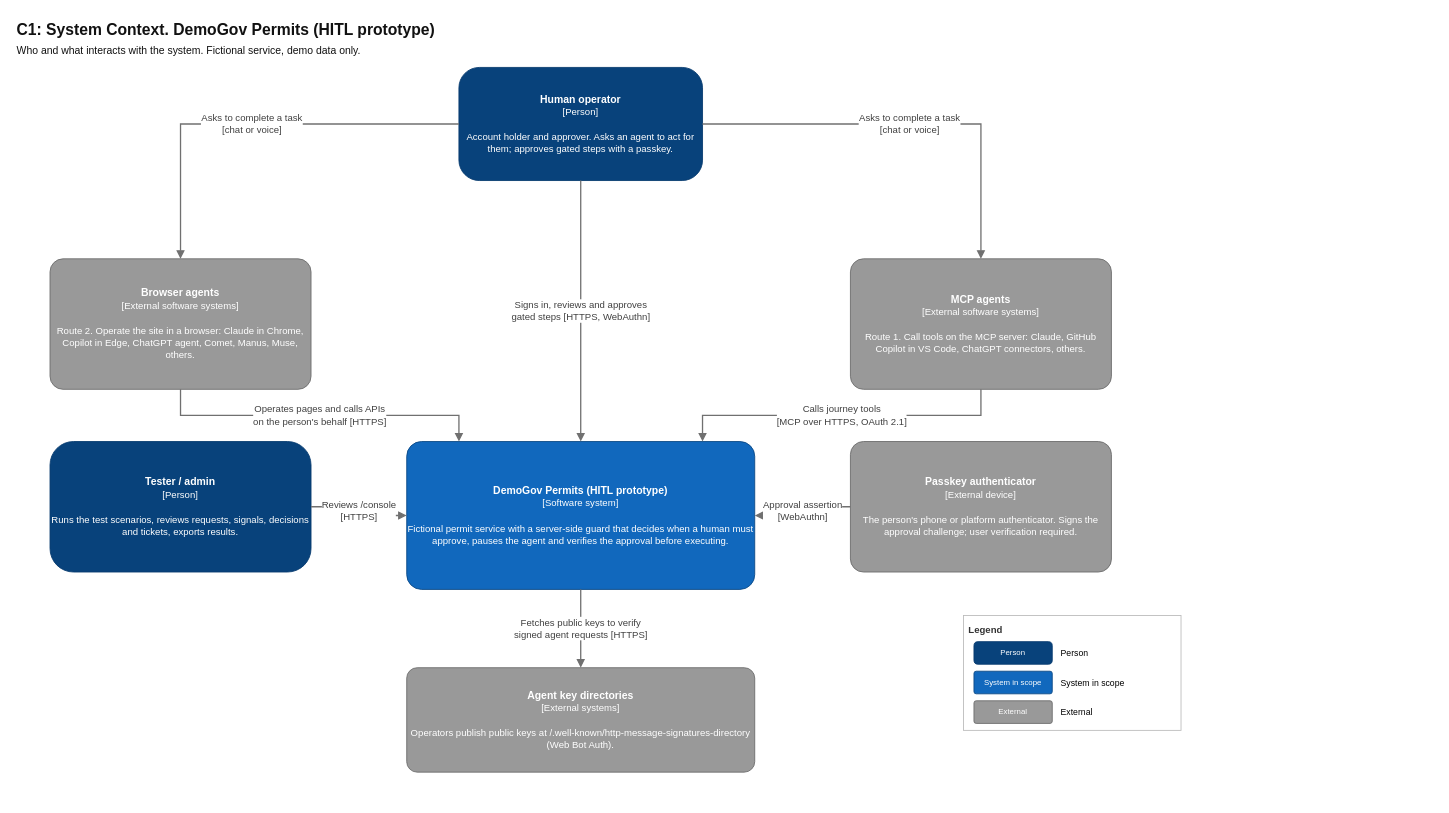
Before: page "C1 System Context" (1 of 6) of docs/ArchitectureDiagram.drawio in WilsonWordsofWisdom/systemsideHITL, a draw.io diagram. Source tidied: cells renumbered, new cells numbered last; positions are measured from the earlier drawing's top-left corner, leaving out a move shared by most shapes. Both pictures are drawn from the tidied source at 87%, with x=0, y=0 at pixel (15, 15).
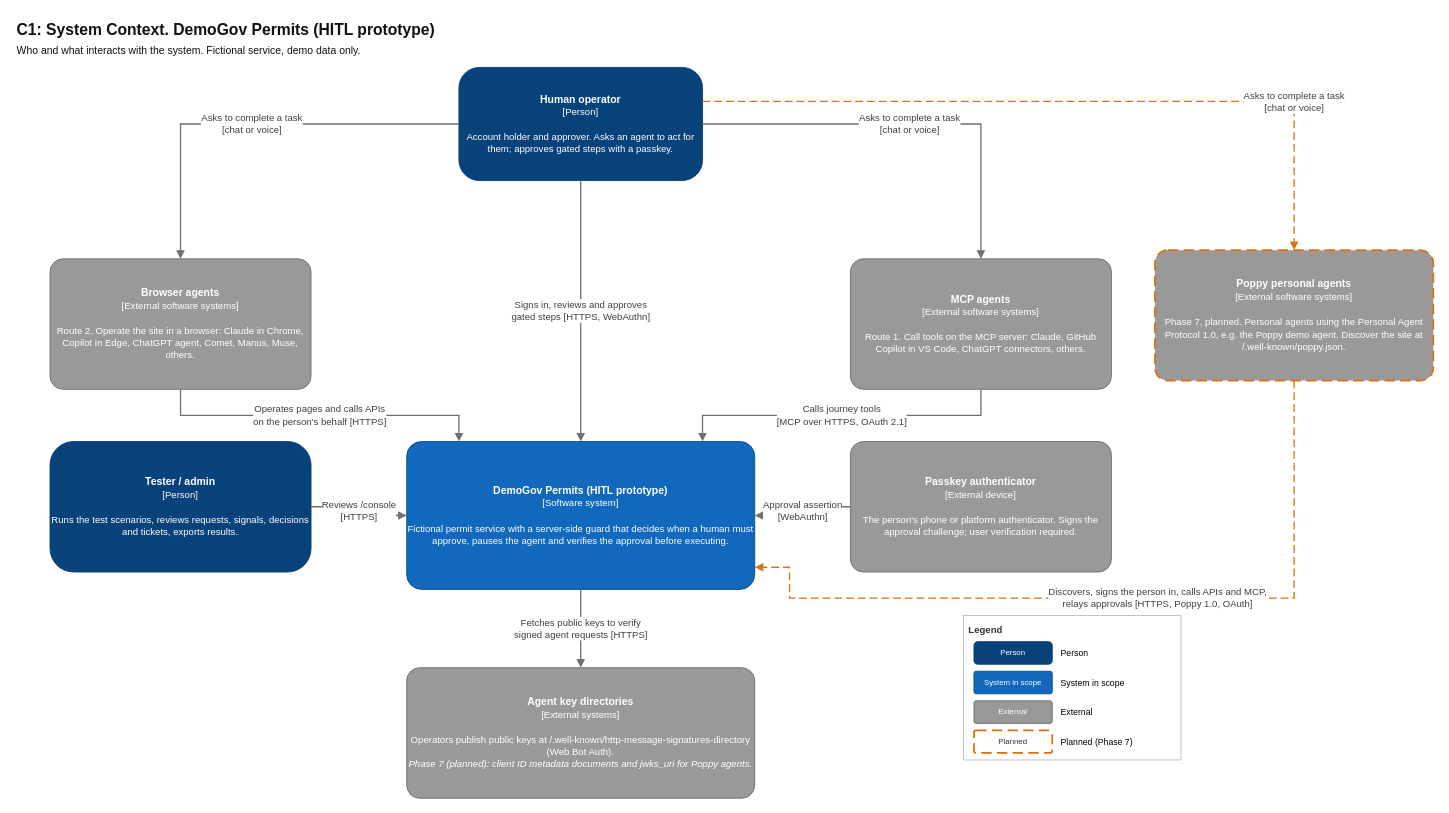
The same page after the edit.

Commit message (it also covers changes not shown here):
C4 diagrams: Phase 7 Poppy adapter (planned) and deployment fixes

Unchanged cells that the change refers to:
```xml
<mxCell id="3" value="&lt;b&gt;Human operator&lt;/b&gt;&lt;br&gt;&lt;span style='font-size:11px'&gt;[Person]&lt;/span&gt;&lt;br&gt;&lt;br&gt;&lt;span style='font-size:11px'&gt;Account holder and approver. Asks an agent to act for them; approves gated steps with a passkey.&lt;/span&gt;" style="whiteSpace=wrap;html=1;fontSize=12;align=center;verticalAlign=middle;rounded=1;arcSize=18;fillColor=#08427B;strokeColor=#073B6F;fontColor=#FFFFFF;" parent="1" vertex="1">
  <mxGeometry x="510" y="60" width="280" height="130" as="geometry" />
</mxCell>
<mxCell id="6" value="&lt;b&gt;DemoGov Permits (HITL prototype)&lt;/b&gt;&lt;br&gt;&lt;span style='font-size:11px'&gt;[Software system]&lt;/span&gt;&lt;br&gt;&lt;br&gt;&lt;span style='font-size:11px'&gt;Fictional permit service with a server-side guard that decides when a human must approve, pauses the agent and verifies the approval before executing.&lt;/span&gt;" style="whiteSpace=wrap;html=1;fontSize=12;align=center;verticalAlign=middle;rounded=1;arcSize=10;fillColor=#1168BD;strokeColor=#0B4884;fontColor=#FFFFFF;" parent="1" vertex="1">
  <mxGeometry x="450" y="490" width="400" height="170" as="geometry" />
</mxCell>
```

The edit, as a diff of the source:
```diff
@@
-    <mxCell id="9" value="&lt;b&gt;Agent key directories&lt;/b&gt;&lt;br&gt;&lt;span style='font-size:11px'&gt;[External systems]&lt;/span&gt;&lt;br&gt;&lt;br&gt;&lt;span style='font-size:11px'&gt;Operators publish public keys at /.well-known/http-message-signatures-directory (Web Bot Auth).&lt;/span&gt;" style="whiteSpace=wrap;html=1;fontSize=12;align=center;verticalAlign=middle;rounded=1;arcSize=10;fillColor=#999999;strokeColor=#6B6B6B;fontColor=#FFFFFF;" parent="1" vertex="1">
-      <mxGeometry x="450" y="750" width="400" height="120" as="geometry" />
+    <mxCell id="9" value="&lt;b&gt;Agent key directories&lt;/b&gt;&lt;br&gt;&lt;span style='font-size:11px'&gt;[External systems]&lt;/span&gt;&lt;br&gt;&lt;br&gt;&lt;span style='font-size:11px'&gt;Operators publish public keys at /.well-known/http-message-signatures-directory (Web Bot Auth).&lt;/span&gt;&lt;br&gt;&lt;span style='font-size:11px'&gt;&lt;i&gt;Phase 7 (planned): client ID metadata documents and jwks_uri for Poppy agents.&lt;/i&gt;&lt;/span&gt;" style="whiteSpace=wrap;html=1;fontSize=12;align=center;verticalAlign=middle;rounded=1;arcSize=10;fillColor=#999999;strokeColor=#6B6B6B;fontColor=#FFFFFF;" parent="1" vertex="1">
+      <mxGeometry x="450" y="750" width="400" height="150" as="geometry" />
     </mxCell>
@@
     <mxCell id="18" value="&lt;b&gt;Legend&lt;/b&gt;" style="text;html=1;strokeColor=#BBBBBB;fillColor=#FFFFFF;align=left;verticalAlign=top;fontSize=11;fontColor=#333333;whiteSpace=wrap;spacing=6;" parent="1" vertex="1">
-      <mxGeometry x="1090" y="690" width="250" height="132" as="geometry" />
+      <mxGeometry x="1090" y="690" width="250" height="166" as="geometry" />
     </mxCell>
@@
+    <mxCell id="25" value="&lt;b&gt;Poppy personal agents&lt;/b&gt;&lt;br&gt;&lt;span style='font-size:11px'&gt;[External software systems]&lt;/span&gt;&lt;br&gt;&lt;br&gt;&lt;span style='font-size:11px'&gt;Phase 7, planned. Personal agents using the Personal Agent Protocol 1.0, e.g. the Poppy demo agent. Discover the site at /.well-known/poppy.json.&lt;/span&gt;" style="whiteSpace=wrap;html=1;fontSize=12;align=center;verticalAlign=middle;rounded=1;arcSize=10;fillColor=#999999;strokeColor=#D9730D;fontColor=#FFFFFF;strokeWidth=2;dashed=1;dashPattern=6 3;" parent="1" vertex="1">
+      <mxGeometry x="1310" y="270" width="320" height="150" as="geometry" />
+    </mxCell>
+    <mxCell id="26" value="Asks to complete a task&lt;br&gt;[chat or voice]" style="edgeStyle=orthogonalEdgeStyle;rounded=0;jettySize=auto;html=1;endArrow=block;endFill=1;strokeColor=#D9730D;strokeWidth=1.5;fontSize=11;fontColor=#404040;labelBackgroundColor=#FFFFFF;dashed=1;dashPattern=6 3;exitX=1;exitY=0.3;exitDx=0;exitDy=0;entryX=0.5;entryY=0;entryDx=0;entryDy=0;" parent="1" edge="1" source="3" target="25">
+      <mxGeometry x="0.6" relative="1" as="geometry">
+        <Array as="points">
+          <mxPoint x="1470" y="99" />
+        </Array>
+      </mxGeometry>
+    </mxCell>
+    <mxCell id="27" value="Discovers, signs the person in, calls APIs and MCP,&lt;br&gt;relays approvals [HTTPS, Poppy 1.0, OAuth]" style="edgeStyle=orthogonalEdgeStyle;rounded=0;jettySize=auto;html=1;endArrow=block;endFill=1;strokeColor=#D9730D;strokeWidth=1.5;fontSize=11;fontColor=#404040;labelBackgroundColor=#FFFFFF;dashed=1;dashPattern=6 3;exitX=0.5;exitY=1;exitDx=0;exitDy=0;entryX=1;entryY=0.85;entryDx=0;entryDy=0;" parent="1" edge="1" source="25" target="6">
+      <mxGeometry x="-0.1" relative="1" as="geometry">
+        <Array as="points">
+          <mxPoint x="1470" y="670" />
+          <mxPoint x="890" y="670" />
+          <mxPoint x="890" y="634.5" />
+        </Array>
+      </mxGeometry>
+    </mxCell>
+    <mxCell id="28" value="Planned" style="whiteSpace=wrap;html=1;fontSize=9;align=center;verticalAlign=middle;rounded=1;arcSize=10;fillColor=#FFFFFF;strokeColor=#D9730D;fontColor=#333333;strokeWidth=2;dashed=1;dashPattern=6 3;" parent="1" vertex="1">
+      <mxGeometry x="1102" y="822" width="90" height="26" as="geometry" />
+    </mxCell>
+    <mxCell id="29" value="Planned (Phase 7)" style="text;html=1;strokeColor=none;fillColor=none;align=left;verticalAlign=middle;fontSize=10;" parent="1" vertex="1">
+      <mxGeometry x="1200" y="822" width="135" height="26" as="geometry" />
+    </mxCell>
```
